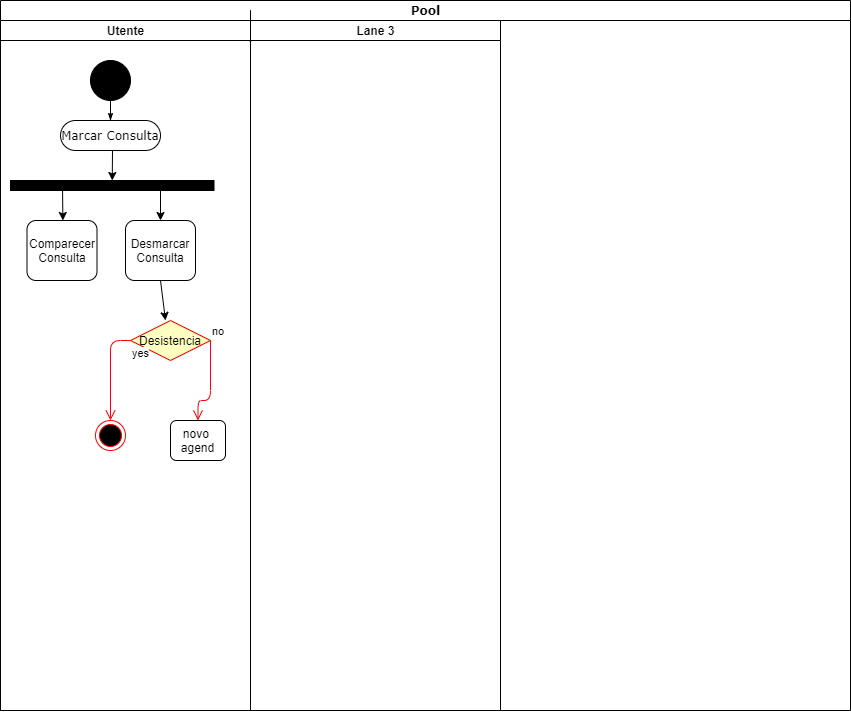
Above: Untitled Diagram.png in CarlosAbreuVieira/ExercicioInicio (draw.io), before the change. Source tidied: cells renumbered, new cells last; positions are measured from the earlier drawing's top-left corner, leaving out a move shared by most shapes.
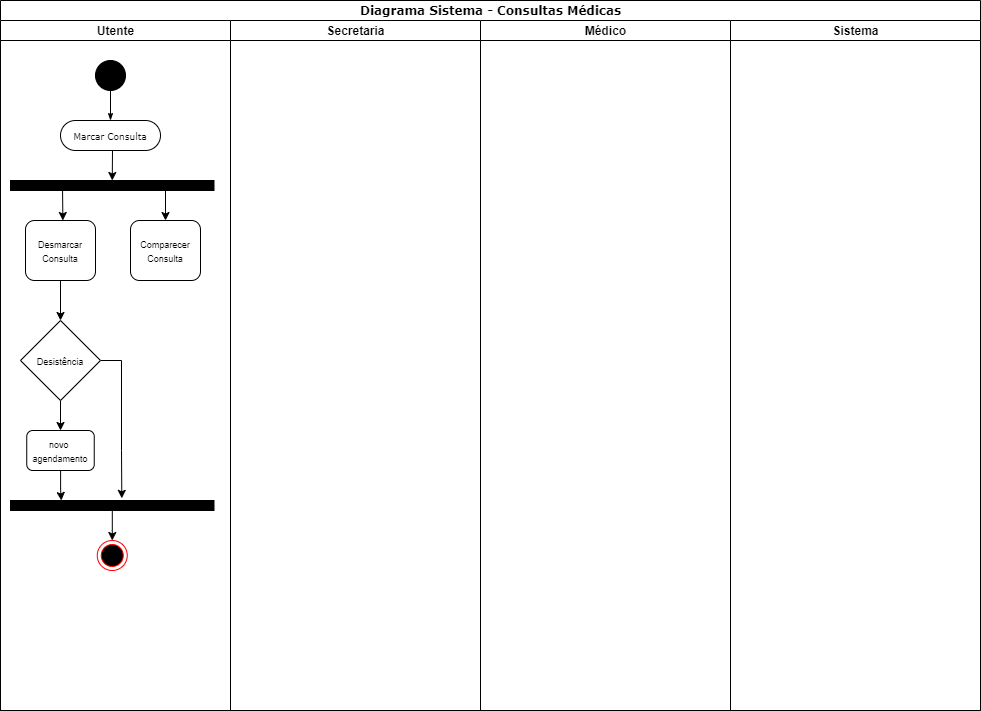
The same file after the commit.

Diff of the diagram source:
```diff
@@ -2,24 +2,18 @@
   <root>
     <mxCell id="0" />
     <mxCell id="1" parent="0" />
-    <mxCell id="2" value="Pool" style="swimlane;html=1;startSize=20;rounded=0;shadow=0;comic=0;labelBackgroundColor=none;strokeWidth=1;fontFamily=Verdana;fontSize=12;align=center;" parent="1" vertex="1">
-      <mxGeometry width="850" height="710" as="geometry" />
+    <mxCell id="2" value="Diagrama Sistema - Consultas Médicas" style="swimlane;html=1;startSize=20;rounded=0;shadow=0;comic=0;labelBackgroundColor=none;strokeWidth=1;fontFamily=Verdana;fontSize=12;align=center;" parent="1" vertex="1">
+      <mxGeometry width="980" height="710" as="geometry" />
     </mxCell>
-    <mxCell id="3" style="edgeStyle=orthogonalEdgeStyle;rounded=0;jettySize=auto;html=1;exitX=1;exitY=1;exitDx=0;exitDy=0;entryX=0;entryY=0.75;entryDx=0;entryDy=0;" parent="2" edge="1" source="4">
-      <mxGeometry relative="1" as="geometry">
-        <mxPoint x="250" y="42.5" as="targetPoint" />
-        <Array as="points">
-          <mxPoint x="250" y="10" />
-          <mxPoint x="250" y="10" />
-        </Array>
-      </mxGeometry>
-    </mxCell>
     <mxCell id="4" value="Utente" style="swimlane;html=1;startSize=20;" parent="2" vertex="1">
-      <mxGeometry y="20" width="250" height="690" as="geometry" />
+      <mxGeometry y="20" width="230" height="690" as="geometry" />
     </mxCell>
     <mxCell id="5" style="ellipse;whiteSpace=wrap;html=1;rounded=0;shadow=0;comic=0;labelBackgroundColor=none;strokeWidth=1;fillColor=#000000;fontFamily=Verdana;fontSize=12;align=center;" parent="4" vertex="1">
-      <mxGeometry x="90" y="40" width="40" height="40" as="geometry" />
+      <mxGeometry x="95" y="40" width="30" height="30" as="geometry" />
     </mxCell>
+    <mxCell id="21" style="edgeStyle=orthogonalEdgeStyle;rounded=0;jettySize=auto;html=1;entryX=0.5;entryY=0;entryDx=0;entryDy=0;exitX=0.75;exitY=1;exitDx=0;exitDy=0;" parent="4" edge="1" source="6" target="9">
+      <mxGeometry relative="1" as="geometry" />
+    </mxCell>
     <mxCell id="6" style="whiteSpace=wrap;html=1;rounded=0;shadow=0;comic=0;labelBackgroundColor=none;strokeWidth=1;fillColor=#000000;fontFamily=Verdana;fontSize=12;align=center;rotation=0;" parent="4" vertex="1">
       <mxGeometry x="10" y="160" width="203.5" height="10" as="geometry" />
     </mxCell>
@@ -29,13 +23,13 @@
         <mxPoint x="62.4" y="200" as="targetPoint" />
       </mxGeometry>
     </mxCell>
+    <mxCell id="22" style="edgeStyle=orthogonalEdgeStyle;rounded=0;jettySize=auto;html=1;entryX=0.5;entryY=0;entryDx=0;entryDy=0;" parent="4" edge="1" source="8" target="26">
+      <mxGeometry relative="1" as="geometry" />
+    </mxCell>
-    <mxCell id="8" value="Desmarcar&lt;br&gt;Consulta" style="rounded=1;whiteSpace=wrap;html=1;" parent="4" vertex="1">
-      <mxGeometry x="125" y="200" width="70" height="60" as="geometry" />
+    <mxCell id="8" value="&lt;font style=&quot;font-size: 9px&quot;&gt;Desmarcar&lt;br&gt;Consulta&lt;/font&gt;" style="rounded=1;whiteSpace=wrap;html=1;" parent="4" vertex="1">
+      <mxGeometry x="25" y="200" width="70" height="60" as="geometry" />
     </mxCell>
-    <mxCell id="9" value="Comparecer&lt;br&gt;Consulta" style="rounded=1;whiteSpace=wrap;html=1;" parent="4" vertex="1">
-      <mxGeometry x="26.5" y="200" width="70" height="60" as="geometry" />
-    </mxCell>
-    <mxCell id="10" value="Marcar Consulta" style="rounded=1;whiteSpace=wrap;html=1;shadow=0;comic=0;labelBackgroundColor=none;strokeWidth=1;fontFamily=Verdana;fontSize=12;align=center;arcSize=50;" parent="4" vertex="1">
+    <mxCell id="10" value="&lt;font style=&quot;font-size: 9px&quot;&gt;Marcar Consulta&lt;/font&gt;" style="rounded=1;whiteSpace=wrap;html=1;shadow=0;comic=0;labelBackgroundColor=none;strokeWidth=1;fontFamily=Verdana;fontSize=12;align=center;arcSize=50;" parent="4" vertex="1">
       <mxGeometry x="60" y="100" width="100" height="30" as="geometry" />
     </mxCell>
     <mxCell id="11" style="edgeStyle=orthogonalEdgeStyle;rounded=0;html=1;labelBackgroundColor=none;startArrow=none;startFill=0;startSize=5;endArrow=classicThin;endFill=1;endSize=5;jettySize=auto;strokeWidth=1;fontFamily=Verdana;fontSize=12;" parent="4" edge="1" source="5" target="10">
@@ -46,41 +40,46 @@
         <mxPoint x="112" y="130" as="sourcePoint" />
       </mxGeometry>
     </mxCell>
-    <mxCell id="13" style="endArrow=classic;html=1;entryX=0.5;entryY=0;entryDx=0;entryDy=0;" parent="4" edge="1" target="8">
-      <mxGeometry relative="1" as="geometry">
-        <mxPoint x="160" y="165" as="sourcePoint" />
-      </mxGeometry>
-    </mxCell>
-    <mxCell id="14" style="endArrow=classic;html=1;exitX=0.5;exitY=1;exitDx=0;exitDy=0;" parent="4" edge="1" source="8">
-      <mxGeometry relative="1" as="geometry">
-        <mxPoint x="165" y="300" as="targetPoint" />
-      </mxGeometry>
-    </mxCell>
-    <mxCell id="15" value="Desistencia" style="rhombus;whiteSpace=wrap;html=1;fillColor=#ffffc0;strokeColor=#ff0000;" parent="4" vertex="1">
-      <mxGeometry x="130" y="300" width="80" height="40" as="geometry" />
-    </mxCell>
-    <mxCell id="16" value="no" style="edgeStyle=orthogonalEdgeStyle;html=1;align=left;verticalAlign=bottom;endArrow=open;endSize=8;strokeColor=#ff0000;entryX=0.5;entryY=0;entryDx=0;entryDy=0;" parent="4" edge="1" source="15" target="19">
-      <mxGeometry x="-1" relative="1" as="geometry">
-        <Array as="points">
-          <mxPoint x="210" y="320" />
-          <mxPoint x="210" y="380" />
-          <mxPoint x="198" y="380" />
-        </Array>
-      </mxGeometry>
-    </mxCell>
-    <mxCell id="17" value="yes" style="edgeStyle=orthogonalEdgeStyle;html=1;align=left;verticalAlign=top;endArrow=open;endSize=8;strokeColor=#ff0000;" parent="4" edge="1" source="15">
-      <mxGeometry x="-1" relative="1" as="geometry">
-        <mxPoint x="110" y="400" as="targetPoint" />
-      </mxGeometry>
-    </mxCell>
     <mxCell id="18" style="ellipse;html=1;shape=endState;fillColor=#000000;strokeColor=#ff0000;" parent="4" vertex="1">
-      <mxGeometry x="95" y="400" width="30" height="30" as="geometry" />
+      <mxGeometry x="96.8" y="520" width="30" height="30" as="geometry" />
     </mxCell>
+    <mxCell id="23" style="edgeStyle=orthogonalEdgeStyle;rounded=0;jettySize=auto;html=1;entryX=0.25;entryY=0;entryDx=0;entryDy=0;" parent="4" edge="1" source="19" target="28">
+      <mxGeometry relative="1" as="geometry" />
+    </mxCell>
-    <mxCell id="19" value="novo&amp;nbsp;&lt;br&gt;agend" style="rounded=1;whiteSpace=wrap;html=1;" parent="4" vertex="1">
-      <mxGeometry x="170" y="400" width="55" height="40" as="geometry" />
+    <mxCell id="19" value="&lt;font style=&quot;font-size: 9px&quot;&gt;novo&amp;nbsp;&lt;br&gt;agendamento&lt;/font&gt;" style="rounded=1;whiteSpace=wrap;html=1;" parent="4" vertex="1">
+      <mxGeometry x="26.2" y="410" width="67.5" height="40" as="geometry" />
     </mxCell>
+    <mxCell id="24" style="edgeStyle=orthogonalEdgeStyle;rounded=0;jettySize=auto;html=1;entryX=0.5;entryY=0;entryDx=0;entryDy=0;" parent="4" edge="1" source="26" target="19">
+      <mxGeometry relative="1" as="geometry" />
+    </mxCell>
+    <mxCell id="25" style="edgeStyle=orthogonalEdgeStyle;rounded=0;jettySize=auto;html=1;entryX=0.547;entryY=-0.217;entryDx=0;entryDy=0;entryPerimeter=0;" parent="4" edge="1" source="26" target="28">
+      <mxGeometry relative="1" as="geometry">
+        <Array as="points">
+          <mxPoint x="121" y="340" />
+          <mxPoint x="121" y="430" />
+        </Array>
+      </mxGeometry>
+    </mxCell>
+    <mxCell id="26" value="&lt;font style=&quot;font-size: 9px&quot;&gt;Desistência&lt;/font&gt;" style="rhombus;whiteSpace=wrap;html=1;" parent="4" vertex="1">
+      <mxGeometry x="20" y="300" width="80" height="80" as="geometry" />
+    </mxCell>
+    <mxCell id="9" value="&lt;font style=&quot;font-size: 9px&quot;&gt;Comparecer&lt;br&gt;Consulta&lt;/font&gt;" style="rounded=1;whiteSpace=wrap;html=1;" parent="4" vertex="1">
+      <mxGeometry x="130" y="200" width="70" height="60" as="geometry" />
+    </mxCell>
+    <mxCell id="27" style="edgeStyle=orthogonalEdgeStyle;rounded=0;jettySize=auto;html=1;entryX=0.5;entryY=0;entryDx=0;entryDy=0;" parent="4" edge="1" source="28" target="18">
+      <mxGeometry relative="1" as="geometry" />
+    </mxCell>
+    <mxCell id="28" style="whiteSpace=wrap;html=1;rounded=0;shadow=0;comic=0;labelBackgroundColor=none;strokeWidth=1;fillColor=#000000;fontFamily=Verdana;fontSize=12;align=center;rotation=0;" parent="4" vertex="1">
+      <mxGeometry x="10" y="480" width="203.5" height="10" as="geometry" />
+    </mxCell>
-    <mxCell id="20" value="Lane 3" style="swimlane;html=1;startSize=20;" parent="2" vertex="1">
-      <mxGeometry x="250" y="20" width="250" height="690" as="geometry" />
+    <mxCell id="20" value="Secretaria" style="swimlane;html=1;startSize=20;" parent="2" vertex="1">
+      <mxGeometry x="230" y="20" width="250" height="690" as="geometry" />
     </mxCell>
+    <mxCell id="29" value="Médico" style="swimlane;html=1;startSize=20;" parent="2" vertex="1">
+      <mxGeometry x="480" y="20" width="250" height="690" as="geometry" />
+    </mxCell>
+    <mxCell id="30" value="Sistema" style="swimlane;html=1;startSize=20;" parent="2" vertex="1">
+      <mxGeometry x="730" y="20" width="250" height="690" as="geometry" />
+    </mxCell>
   </root>
 </mxGraphModel>
```
